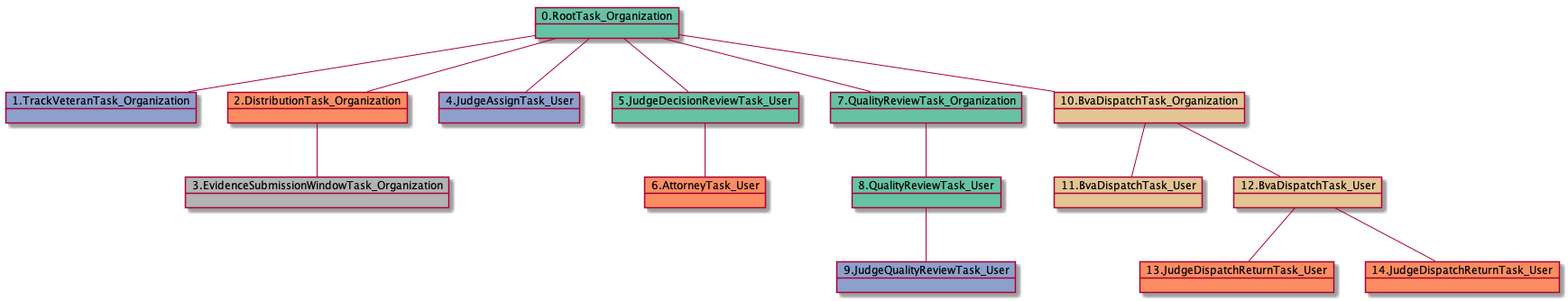
This is docs-ES/uml/RTO.TVTO.DTO.ESWTO.JATU.JDRTU.ATU.QRTO-15411.png from yoomlam/graphing, a PlantUML export, as it was before one commit. Its diagram source:
```plantuml
@startuml
object 0.RootTask_Organization #66c2a5
object 1.TrackVeteranTask_Organization #8da0cb
object 2.DistributionTask_Organization #fc8d62
object 3.EvidenceSubmissionWindowTask_Organization #b3b3b3
object 4.JudgeAssignTask_User #8da0cb
object 5.JudgeDecisionReviewTask_User #66c2a5
object 6.AttorneyTask_User #fc8d62
object 7.QualityReviewTask_Organization #66c2a5
object 8.QualityReviewTask_User #66c2a5
object 9.JudgeQualityReviewTask_User #8da0cb
object 10.BvaDispatchTask_Organization #e5c494
object 11.BvaDispatchTask_User #e5c494
object 12.BvaDispatchTask_User #e5c494
object 13.JudgeDispatchReturnTask_User #fc8d62
object 14.JudgeDispatchReturnTask_User #fc8d62
0.RootTask_Organization -- 1.TrackVeteranTask_Organization
0.RootTask_Organization -- 2.DistributionTask_Organization
2.DistributionTask_Organization -- 3.EvidenceSubmissionWindowTask_Organization
0.RootTask_Organization -- 4.JudgeAssignTask_User
0.RootTask_Organization -- 5.JudgeDecisionReviewTask_User
5.JudgeDecisionReviewTask_User -- 6.AttorneyTask_User
0.RootTask_Organization -- 7.QualityReviewTask_Organization
7.QualityReviewTask_Organization -- 8.QualityReviewTask_User
8.QualityReviewTask_User -- 9.JudgeQualityReviewTask_User
0.RootTask_Organization -- 10.BvaDispatchTask_Organization
10.BvaDispatchTask_Organization -- 11.BvaDispatchTask_User
10.BvaDispatchTask_Organization -- 12.BvaDispatchTask_User
12.BvaDispatchTask_User -- 13.JudgeDispatchReturnTask_User
12.BvaDispatchTask_User -- 14.JudgeDispatchReturnTask_User
@enduml
```
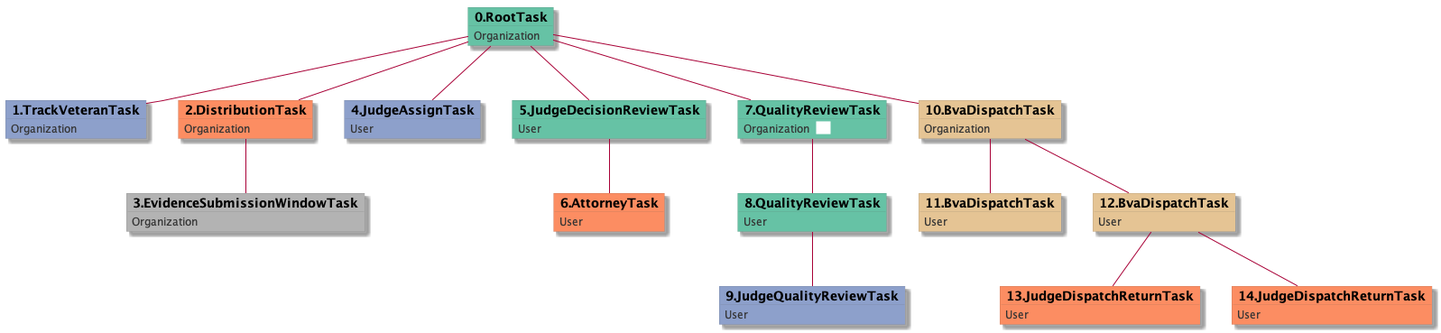
Above is the later version.

What changed in the source:
```diff
@@ -1,31 +1,69 @@
 @startuml
-object 0.RootTask_Organization #66c2a5
-object 1.TrackVeteranTask_Organization #8da0cb
-object 2.DistributionTask_Organization #fc8d62
-object 3.EvidenceSubmissionWindowTask_Organization #b3b3b3
-object 4.JudgeAssignTask_User #8da0cb
-object 5.JudgeDecisionReviewTask_User #66c2a5
-object 6.AttorneyTask_User #fc8d62
-object 7.QualityReviewTask_Organization #66c2a5
-object 8.QualityReviewTask_User #66c2a5
-object 9.JudgeQualityReviewTask_User #8da0cb
-object 10.BvaDispatchTask_Organization #e5c494
-object 11.BvaDispatchTask_User #e5c494
-object 12.BvaDispatchTask_User #e5c494
-object 13.JudgeDispatchReturnTask_User #fc8d62
-object 14.JudgeDispatchReturnTask_User #fc8d62
-0.RootTask_Organization -- 1.TrackVeteranTask_Organization
-0.RootTask_Organization -- 2.DistributionTask_Organization
-2.DistributionTask_Organization -- 3.EvidenceSubmissionWindowTask_Organization
-0.RootTask_Organization -- 4.JudgeAssignTask_User
-0.RootTask_Organization -- 5.JudgeDecisionReviewTask_User
-5.JudgeDecisionReviewTask_User -- 6.AttorneyTask_User
-0.RootTask_Organization -- 7.QualityReviewTask_Organization
-7.QualityReviewTask_Organization -- 8.QualityReviewTask_User
-8.QualityReviewTask_User -- 9.JudgeQualityReviewTask_User
-0.RootTask_Organization -- 10.BvaDispatchTask_Organization
-10.BvaDispatchTask_Organization -- 11.BvaDispatchTask_User
-10.BvaDispatchTask_Organization -- 12.BvaDispatchTask_User
-12.BvaDispatchTask_User -- 13.JudgeDispatchReturnTask_User
-12.BvaDispatchTask_User -- 14.JudgeDispatchReturnTask_User
+skinparam {
+  ObjectBorderColor #555
+  ObjectBorderThickness 0
+  ObjectFontStyle bold
+  ObjectFontSize 14
+  ObjectAttributeFontColor #333
+  ObjectAttributeFontSize 12
+}
+  object 0.RootTask #66c2a5 {
+Organization
+}
+  object 1.TrackVeteranTask #8da0cb {
+Organization
+}
+  object 2.DistributionTask #fc8d62 {
+Organization
+}
+  object 3.EvidenceSubmissionWindowTask #b3b3b3 {
+Organization
+}
+  object 4.JudgeAssignTask #8da0cb {
+User
+}
+  object 5.JudgeDecisionReviewTask #66c2a5 {
+User
+}
+  object 6.AttorneyTask #fc8d62 {
+User
+}
+  object 7.QualityReviewTask #66c2a5 {
+Organization  <back:white>    </back>
+}
+  object 8.QualityReviewTask #66c2a5 {
+User
+}
+  object 9.JudgeQualityReviewTask #8da0cb {
+User
+}
+  object 10.BvaDispatchTask #e5c494 {
+Organization
+}
+  object 11.BvaDispatchTask #e5c494 {
+User
+}
+  object 12.BvaDispatchTask #e5c494 {
+User
+}
+  object 13.JudgeDispatchReturnTask #fc8d62 {
+User
+}
+  object 14.JudgeDispatchReturnTask #fc8d62 {
+User
+}
+0.RootTask -- 1.TrackVeteranTask
+0.RootTask -- 2.DistributionTask
+2.DistributionTask -- 3.EvidenceSubmissionWindowTask
+0.RootTask -- 4.JudgeAssignTask
+0.RootTask -- 5.JudgeDecisionReviewTask
+5.JudgeDecisionReviewTask -- 6.AttorneyTask
+0.RootTask -- 7.QualityReviewTask
+7.QualityReviewTask -- 8.QualityReviewTask
+8.QualityReviewTask -- 9.JudgeQualityReviewTask
+0.RootTask -- 10.BvaDispatchTask
+10.BvaDispatchTask -- 11.BvaDispatchTask
+10.BvaDispatchTask -- 12.BvaDispatchTask
+12.BvaDispatchTask -- 13.JudgeDispatchReturnTask
+12.BvaDispatchTask -- 14.JudgeDispatchReturnTask
 @enduml
```
